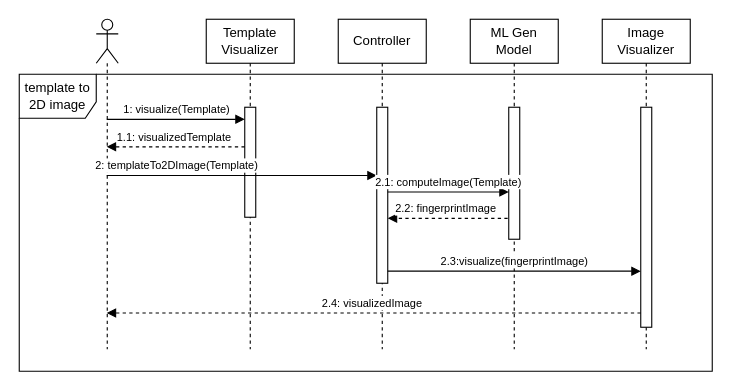
Earlier version of the draw.io diagram page "Usecase1" (1 of 11) of Docs/Diagrams.drawio.xml (okashaluai/Fingerprint-Biometric-Research-Tool). Source tidied: cells renumbered, new cells numbered last; positions are measured from the earlier drawing's top-left corner, leaving out a move shared by most shapes. Both pictures are drawn from the tidied source at 110%, with x=0, y=0 at pixel (19, 19).
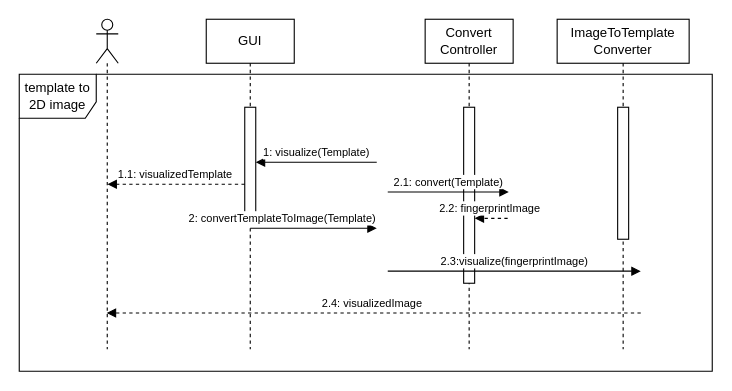
The same page after the edit.

The change refers to these unchanged cells:
```xml
<mxCell id="2" style="shape=umlLifeline;perimeter=lifelinePerimeter;whiteSpace=wrap;html=1;outlineConnect=0;portConstraint=eastwest;newEdgeStyle={&quot;curved&quot;:0,&quot;rounded&quot;:0};participant=umlActor;" parent="1" vertex="1">
  <mxGeometry x="70" width="20" height="300" as="geometry" />
</mxCell>
<mxCell id="5" style="html=1;points=[[0,0,0,0,5],[0,1,0,0,-5],[1,0,0,0,5],[1,1,0,0,-5]];perimeter=orthogonalPerimeter;outlineConnect=0;targetShapes=umlLifeline;portConstraint=eastwest;newEdgeStyle={&quot;curved&quot;:0,&quot;rounded&quot;:0};" parent="4" vertex="1">
  <mxGeometry x="35" y="80" width="10" height="100" as="geometry" />
</mxCell>
```

Change to the diagram source:
```diff
@@
-    <mxCell id="4" value="Template&lt;br style=&quot;border-color: var(--border-color);&quot;&gt;Visualizer" style="shape=umlLifeline;perimeter=lifelinePerimeter;whiteSpace=wrap;html=1;newEdgeStyle={&quot;curved&quot;:0,&quot;rounded&quot;:0};" parent="1" vertex="1">
+    <mxCell id="4" value="GUI" style="shape=umlLifeline;perimeter=lifelinePerimeter;whiteSpace=wrap;html=1;newEdgeStyle={&quot;curved&quot;:0,&quot;rounded&quot;:0};" parent="1" vertex="1">
       <mxGeometry x="170" width="80" height="300" as="geometry" />
     </mxCell>
@@
-    <mxCell id="6" value="&lt;font style=&quot;font-size: 10px;&quot;&gt;1: visualize(Template)&lt;/font&gt;" style="html=1;verticalAlign=bottom;endArrow=block;curved=0;rounded=0;align=center;" parent="1" edge="1" source="2">
+    <mxCell id="6" value="&lt;font style=&quot;font-size: 10px;&quot;&gt;1: visualize(Template)&lt;/font&gt;" style="html=1;verticalAlign=bottom;endArrow=block;curved=0;rounded=0;align=center;" parent="1" edge="1" target="5">
       <mxGeometry relative="1" as="geometry">
-        <mxPoint x="205" y="91" as="targetPoint" />
+        <mxPoint x="325" y="130" as="sourcePoint" />
       </mxGeometry>
     </mxCell>
-    <mxCell id="7" value="ML Gen Model" style="shape=umlLifeline;perimeter=lifelinePerimeter;whiteSpace=wrap;html=1;newEdgeStyle={&quot;curved&quot;:0,&quot;rounded&quot;:0};" parent="1" vertex="1">
-      <mxGeometry x="410" width="80" height="300" as="geometry" />
+    <mxCell id="7" value="&lt;div&gt;ImageToTemplate&lt;/div&gt;&lt;div&gt;Converter&lt;/div&gt;" style="shape=umlLifeline;perimeter=lifelinePerimeter;whiteSpace=wrap;html=1;newEdgeStyle={&quot;curved&quot;:0,&quot;rounded&quot;:0};" parent="1" vertex="1">
+      <mxGeometry x="489" width="120" height="300" as="geometry" />
     </mxCell>
     <mxCell id="8" style="html=1;perimeter=orthogonalPerimeter;targetShapes=umlLifeline;newEdgeStyle={&quot;curved&quot;:0,&quot;rounded&quot;:0};" parent="7" vertex="1">
-      <mxGeometry x="35" y="80" width="10" height="120" as="geometry" />
+      <mxGeometry x="55" y="80" width="10" height="120" as="geometry" />
     </mxCell>
-    <mxCell id="9" value="&lt;font style=&quot;font-size: 10px;&quot;&gt;2: templateTo2DImage(Template)&lt;/font&gt;" style="html=1;verticalAlign=bottom;endArrow=block;curved=0;rounded=0;align=center;" parent="1" edge="1" source="2">
+    <mxCell id="9" value="&lt;font style=&quot;font-size: 10px;&quot;&gt;2:&amp;nbsp;&lt;/font&gt;&lt;font style=&quot;font-size: 10px;&quot;&gt;convertTemplateToImage&lt;/font&gt;&lt;font style=&quot;font-size: 10px;&quot;&gt;(Template)&lt;/font&gt;" style="html=1;verticalAlign=bottom;endArrow=block;curved=0;rounded=0;align=center;" parent="1" edge="1">
       <mxGeometry x="-0.49" relative="1" as="geometry">
-        <mxPoint x="325" y="142" as="targetPoint" />
+        <mxPoint x="210" y="190" as="sourcePoint" />
+        <mxPoint x="325" y="190" as="targetPoint" />
       </mxGeometry>
     </mxCell>
-    <mxCell id="10" value="Image&lt;br&gt;Visualizer" style="shape=umlLifeline;perimeter=lifelinePerimeter;whiteSpace=wrap;html=1;newEdgeStyle={&quot;curved&quot;:0,&quot;rounded&quot;:0};" parent="1" vertex="1">
-      <mxGeometry x="530" width="80" height="300" as="geometry" />
-    </mxCell>
-    <mxCell id="11" style="html=1;perimeter=orthogonalPerimeter;targetShapes=umlLifeline;newEdgeStyle={&quot;curved&quot;:0,&quot;rounded&quot;:0};" parent="10" vertex="1">
-      <mxGeometry x="35" y="80" width="10" height="200" as="geometry" />
-    </mxCell>
-    <mxCell id="12" value="Controller" style="shape=umlLifeline;perimeter=lifelinePerimeter;whiteSpace=wrap;html=1;newEdgeStyle={&quot;curved&quot;:0,&quot;rounded&quot;:0};" parent="1" vertex="1">
-      <mxGeometry x="290" width="80" height="300" as="geometry" />
+    <mxCell id="12" value="&lt;div&gt;Convert&lt;/div&gt;&lt;div&gt;Controller&lt;/div&gt;" style="shape=umlLifeline;perimeter=lifelinePerimeter;whiteSpace=wrap;html=1;newEdgeStyle={&quot;curved&quot;:0,&quot;rounded&quot;:0};" parent="1" vertex="1">
+      <mxGeometry x="369" width="80" height="300" as="geometry" />
     </mxCell>
@@
-    <mxCell id="14" value="&lt;font style=&quot;font-size: 10px;&quot;&gt;2.1: computeImage(Template)&lt;/font&gt;" style="html=1;verticalAlign=bottom;endArrow=block;curved=0;rounded=0;align=center;" parent="1" edge="1">
+    <mxCell id="14" value="&lt;font style=&quot;font-size: 10px;&quot;&gt;2.1: convert(Template)&lt;/font&gt;" style="html=1;verticalAlign=bottom;endArrow=block;curved=0;rounded=0;align=center;" parent="1" edge="1">
       <mxGeometry relative="1" as="geometry">
         <mxPoint x="335" y="157" as="sourcePoint" />
         <mxPoint x="445" y="157" as="targetPoint" />
       </mxGeometry>
     </mxCell>
@@
-    <mxCell id="18" value="&lt;font style=&quot;font-size: 10px;&quot;&gt;1.1: visualizedTemplate&amp;nbsp;&lt;/font&gt;" style="html=1;verticalAlign=bottom;endArrow=block;curved=0;rounded=0;align=center;strokeColor=default;dashed=1;" parent="1" edge="1" target="2">
+    <mxCell id="18" value="&lt;font style=&quot;font-size: 10px;&quot;&gt;1.1: visualizedTemplate&amp;nbsp;&lt;/font&gt;" style="html=1;verticalAlign=bottom;endArrow=block;curved=0;rounded=0;align=center;strokeColor=default;dashed=1;" parent="1" edge="1">
       <mxGeometry relative="1" as="geometry">
-        <mxPoint x="205" y="116" as="sourcePoint" />
+        <mxPoint x="205" y="150" as="sourcePoint" />
+        <mxPoint x="80.2" y="150" as="targetPoint" />
       </mxGeometry>
     </mxCell>
```
